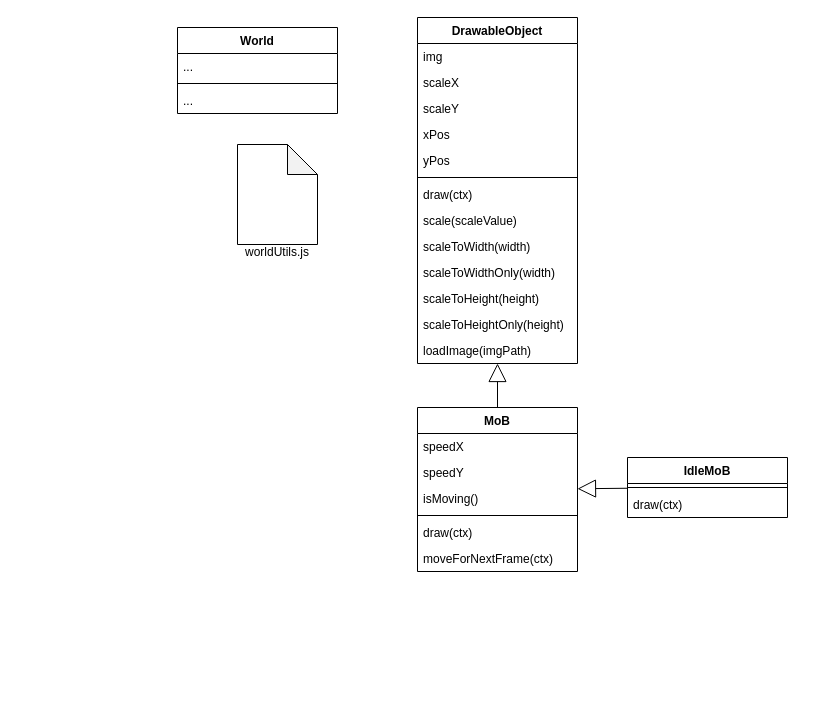
The draw.io diagram uml/Sharky-ClassDiagram.drawio in ReinhardWansch/Sharky-DeveloperAkademie, before the edit. Source tidied: cells renumbered, new cells numbered last; positions are measured from the earlier drawing's top-left corner, leaving out a move shared by most shapes. Both pictures are drawn from the tidied source at 100%, with x=0, y=0 at pixel (177, 17).
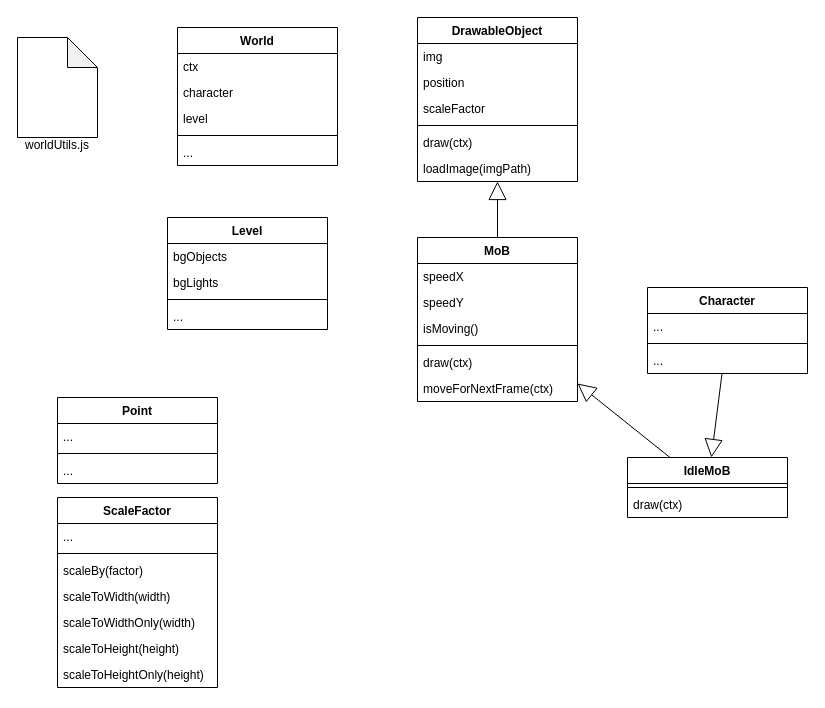
After the change.

Commit message (it also covers changes not shown here):
add classes Point and Scalefactor

Unchanged cells that the change refers to:
```xml
<mxCell id="24" value="IdleMoB" style="swimlane;fontStyle=1;align=center;verticalAlign=top;horizontal=1;startSize=26;whiteSpace=wrap;html=1;" parent="1" vertex="1">
  <mxGeometry x="450" y="440" width="160" height="60" as="geometry" />
</mxCell>
```

Change to the diagram source:
```diff
@@
     <mxCell id="2" value="MoB" style="swimlane;fontStyle=1;align=center;verticalAlign=top;horizontal=1;startSize=26;whiteSpace=wrap;html=1;" parent="1" vertex="1">
-      <mxGeometry x="240" y="390" width="160" height="164" as="geometry" />
+      <mxGeometry x="240" y="220" width="160" height="164" as="geometry" />
     </mxCell>
@@
     <mxCell id="9" value="DrawableObject" style="swimlane;fontStyle=1;align=center;verticalAlign=top;horizontal=1;startSize=26;whiteSpace=wrap;html=1;" parent="1" vertex="1">
-      <mxGeometry x="240" width="160" height="346" as="geometry" />
+      <mxGeometry x="240" width="160" height="164" as="geometry" />
     </mxCell>
@@
-    <mxCell id="11" value="scaleX" style="text;strokeColor=none;fillColor=none;align=left;verticalAlign=top;spacingLeft=4;spacingRight=4;overflow=hidden;whiteSpace=wrap;html=1;" parent="9" vertex="1">
-      <mxGeometry y="52" width="160" height="26" as="geometry" />
-    </mxCell>
-    <mxCell id="12" value="scaleY" style="text;strokeColor=none;fillColor=none;align=left;verticalAlign=top;spacingLeft=4;spacingRight=4;overflow=hidden;whiteSpace=wrap;html=1;" parent="9" vertex="1">
-      <mxGeometry y="78" width="160" height="26" as="geometry" />
-    </mxCell>
-    <mxCell id="13" value="xPos" style="text;strokeColor=none;fillColor=none;align=left;verticalAlign=top;spacingLeft=4;spacingRight=4;overflow=hidden;whiteSpace=wrap;html=1;" parent="9" vertex="1">
-      <mxGeometry y="104" width="160" height="26" as="geometry" />
-    </mxCell>
-    <mxCell id="14" value="yPos" style="text;strokeColor=none;fillColor=none;align=left;verticalAlign=top;spacingLeft=4;spacingRight=4;overflow=hidden;whiteSpace=wrap;html=1;" parent="9" vertex="1">
-      <mxGeometry y="130" width="160" height="26" as="geometry" />
+    <mxCell id="14" value="position" style="text;strokeColor=none;fillColor=none;align=left;verticalAlign=top;spacingLeft=4;spacingRight=4;overflow=hidden;whiteSpace=wrap;html=1;" parent="9" vertex="1">
+      <mxGeometry y="52" width="160" height="26" as="geometry" />
     </mxCell>
+    <mxCell id="35" value="scaleFactor" style="text;strokeColor=none;fillColor=none;align=left;verticalAlign=top;spacingLeft=4;spacingRight=4;overflow=hidden;whiteSpace=wrap;html=1;" parent="9" vertex="1">
+      <mxGeometry y="78" width="160" height="26" as="geometry" />
+    </mxCell>
     <mxCell id="15" style="line;strokeWidth=1;fillColor=none;align=left;verticalAlign=middle;spacingTop=-1;spacingLeft=3;spacingRight=3;labelPosition=right;strokeColor=inherit;" parent="9" vertex="1">
-      <mxGeometry y="156" width="160" height="8" as="geometry" />
+      <mxGeometry y="104" width="160" height="8" as="geometry" />
     </mxCell>
     <mxCell id="16" value="draw(ctx)" style="text;strokeColor=none;fillColor=none;align=left;verticalAlign=top;spacingLeft=4;spacingRight=4;overflow=hidden;whiteSpace=wrap;html=1;" parent="9" vertex="1">
-      <mxGeometry y="164" width="160" height="26" as="geometry" />
+      <mxGeometry y="112" width="160" height="26" as="geometry" />
     </mxCell>
-    <mxCell id="17" value="scale(scaleValue)" style="text;strokeColor=none;fillColor=none;align=left;verticalAlign=top;spacingLeft=4;spacingRight=4;overflow=hidden;whiteSpace=wrap;html=1;" parent="9" vertex="1">
-      <mxGeometry y="190" width="160" height="26" as="geometry" />
-    </mxCell>
-    <mxCell id="18" value="scaleToWidth(width)" style="text;strokeColor=none;fillColor=none;align=left;verticalAlign=top;spacingLeft=4;spacingRight=4;overflow=hidden;whiteSpace=wrap;html=1;" parent="9" vertex="1">
-      <mxGeometry y="216" width="160" height="26" as="geometry" />
-    </mxCell>
-    <mxCell id="19" value="scaleToWidthOnly(width)" style="text;strokeColor=none;fillColor=none;align=left;verticalAlign=top;spacingLeft=4;spacingRight=4;overflow=hidden;whiteSpace=wrap;html=1;" parent="9" vertex="1">
-      <mxGeometry y="242" width="160" height="26" as="geometry" />
-    </mxCell>
-    <mxCell id="20" value="scaleToHeight(height)" style="text;strokeColor=none;fillColor=none;align=left;verticalAlign=top;spacingLeft=4;spacingRight=4;overflow=hidden;whiteSpace=wrap;html=1;" parent="9" vertex="1">
-      <mxGeometry y="268" width="160" height="26" as="geometry" />
-    </mxCell>
-    <mxCell id="21" value="scaleToHeightOnly(height)" style="text;strokeColor=none;fillColor=none;align=left;verticalAlign=top;spacingLeft=4;spacingRight=4;overflow=hidden;whiteSpace=wrap;html=1;" parent="9" vertex="1">
-      <mxGeometry y="294" width="160" height="26" as="geometry" />
-    </mxCell>
     <mxCell id="22" value="loadImage(imgPath)" style="text;strokeColor=none;fillColor=none;align=left;verticalAlign=top;spacingLeft=4;spacingRight=4;overflow=hidden;whiteSpace=wrap;html=1;" parent="9" vertex="1">
-      <mxGeometry y="320" width="160" height="26" as="geometry" />
+      <mxGeometry y="138" width="160" height="26" as="geometry" />
     </mxCell>
@@
     <mxCell id="28" value="World" style="swimlane;fontStyle=1;align=center;verticalAlign=top;horizontal=1;startSize=26;whiteSpace=wrap;html=1;" parent="1" vertex="1">
-      <mxGeometry y="10" width="160" height="86" as="geometry" />
+      <mxGeometry y="10" width="160" height="138" as="geometry" />
     </mxCell>
-    <mxCell id="29" value="..." style="text;strokeColor=none;fillColor=none;align=left;verticalAlign=top;spacingLeft=4;spacingRight=4;overflow=hidden;whiteSpace=wrap;html=1;" parent="28" vertex="1">
+    <mxCell id="29" value="ctx" style="text;strokeColor=none;fillColor=none;align=left;verticalAlign=top;spacingLeft=4;spacingRight=4;overflow=hidden;whiteSpace=wrap;html=1;" parent="28" vertex="1">
       <mxGeometry y="26" width="160" height="26" as="geometry" />
     </mxCell>
+    <mxCell id="36" value="character" style="text;strokeColor=none;fillColor=none;align=left;verticalAlign=top;spacingLeft=4;spacingRight=4;overflow=hidden;whiteSpace=wrap;html=1;" parent="28" vertex="1">
+      <mxGeometry y="52" width="160" height="26" as="geometry" />
+    </mxCell>
+    <mxCell id="37" value="level" style="text;strokeColor=none;fillColor=none;align=left;verticalAlign=top;spacingLeft=4;spacingRight=4;overflow=hidden;whiteSpace=wrap;html=1;" parent="28" vertex="1">
+      <mxGeometry y="78" width="160" height="26" as="geometry" />
+    </mxCell>
     <mxCell id="30" style="line;strokeWidth=1;fillColor=none;align=left;verticalAlign=middle;spacingTop=-1;spacingLeft=3;spacingRight=3;labelPosition=right;strokeColor=inherit;" parent="28" vertex="1">
-      <mxGeometry y="52" width="160" height="8" as="geometry" />
+      <mxGeometry y="104" width="160" height="8" as="geometry" />
     </mxCell>
     <mxCell id="31" value="..." style="text;strokeColor=none;fillColor=none;align=left;verticalAlign=top;spacingLeft=4;spacingRight=4;overflow=hidden;whiteSpace=wrap;html=1;" parent="28" vertex="1">
-      <mxGeometry y="60" width="160" height="26" as="geometry" />
+      <mxGeometry y="112" width="160" height="26" as="geometry" />
     </mxCell>
     <mxCell id="32" style="group;" parent="1" vertex="1">
-      <mxGeometry x="60" y="127" width="80" height="123" as="geometry" />
+      <mxGeometry x="-160" y="20" width="80" height="123" as="geometry" />
     </mxCell>
@@
+    <mxCell id="38" value="Level" style="swimlane;fontStyle=1;align=center;verticalAlign=top;horizontal=1;startSize=26;whiteSpace=wrap;html=1;" parent="1" vertex="1">
+      <mxGeometry x="-10" y="200" width="160" height="112" as="geometry" />
+    </mxCell>
+    <mxCell id="39" value="bgObjects" style="text;strokeColor=none;fillColor=none;align=left;verticalAlign=top;spacingLeft=4;spacingRight=4;overflow=hidden;whiteSpace=wrap;html=1;" parent="38" vertex="1">
+      <mxGeometry y="26" width="160" height="26" as="geometry" />
+    </mxCell>
+    <mxCell id="40" value="bgLights" style="text;strokeColor=none;fillColor=none;align=left;verticalAlign=top;spacingLeft=4;spacingRight=4;overflow=hidden;whiteSpace=wrap;html=1;" parent="38" vertex="1">
+      <mxGeometry y="52" width="160" height="26" as="geometry" />
+    </mxCell>
+    <mxCell id="41" style="line;strokeWidth=1;fillColor=none;align=left;verticalAlign=middle;spacingTop=-1;spacingLeft=3;spacingRight=3;labelPosition=right;strokeColor=inherit;" parent="38" vertex="1">
+      <mxGeometry y="78" width="160" height="8" as="geometry" />
+    </mxCell>
+    <mxCell id="42" value="..." style="text;strokeColor=none;fillColor=none;align=left;verticalAlign=top;spacingLeft=4;spacingRight=4;overflow=hidden;whiteSpace=wrap;html=1;" parent="38" vertex="1">
+      <mxGeometry y="86" width="160" height="26" as="geometry" />
+    </mxCell>
+    <mxCell id="43" value="Character" style="swimlane;fontStyle=1;align=center;verticalAlign=top;horizontal=1;startSize=26;whiteSpace=wrap;html=1;" parent="1" vertex="1">
+      <mxGeometry x="470" y="270" width="160" height="86" as="geometry" />
+    </mxCell>
+    <mxCell id="44" value="..." style="text;strokeColor=none;fillColor=none;align=left;verticalAlign=top;spacingLeft=4;spacingRight=4;overflow=hidden;whiteSpace=wrap;html=1;" parent="43" vertex="1">
+      <mxGeometry y="26" width="160" height="26" as="geometry" />
+    </mxCell>
+    <mxCell id="45" style="line;strokeWidth=1;fillColor=none;align=left;verticalAlign=middle;spacingTop=-1;spacingLeft=3;spacingRight=3;labelPosition=right;strokeColor=inherit;" parent="43" vertex="1">
+      <mxGeometry y="52" width="160" height="8" as="geometry" />
+    </mxCell>
+    <mxCell id="46" value="..." style="text;strokeColor=none;fillColor=none;align=left;verticalAlign=top;spacingLeft=4;spacingRight=4;overflow=hidden;whiteSpace=wrap;html=1;" parent="43" vertex="1">
+      <mxGeometry y="60" width="160" height="26" as="geometry" />
+    </mxCell>
+    <mxCell id="47" style="endArrow=block;endSize=16;endFill=0;html=1;rounded=0;" parent="1" edge="1" source="43" target="24">
+      <mxGeometry x="-0.06" relative="1" as="geometry" />
+    </mxCell>
+    <mxCell id="48" value="Point" style="swimlane;fontStyle=1;align=center;verticalAlign=top;horizontal=1;startSize=26;whiteSpace=wrap;html=1;" parent="1" vertex="1">
+      <mxGeometry x="-120" y="380" width="160" height="86" as="geometry" />
+    </mxCell>
+    <mxCell id="49" value="..." style="text;strokeColor=none;fillColor=none;align=left;verticalAlign=top;spacingLeft=4;spacingRight=4;overflow=hidden;whiteSpace=wrap;html=1;" parent="48" vertex="1">
+      <mxGeometry y="26" width="160" height="26" as="geometry" />
+    </mxCell>
+    <mxCell id="50" style="line;strokeWidth=1;fillColor=none;align=left;verticalAlign=middle;spacingTop=-1;spacingLeft=3;spacingRight=3;labelPosition=right;strokeColor=inherit;" parent="48" vertex="1">
+      <mxGeometry y="52" width="160" height="8" as="geometry" />
+    </mxCell>
+    <mxCell id="51" value="..." style="text;strokeColor=none;fillColor=none;align=left;verticalAlign=top;spacingLeft=4;spacingRight=4;overflow=hidden;whiteSpace=wrap;html=1;" parent="48" vertex="1">
+      <mxGeometry y="60" width="160" height="26" as="geometry" />
+    </mxCell>
+    <mxCell id="52" value="ScaleFactor" style="swimlane;fontStyle=1;align=center;verticalAlign=top;horizontal=1;startSize=26;whiteSpace=wrap;html=1;" parent="1" vertex="1">
+      <mxGeometry x="-120" y="480" width="160" height="190" as="geometry" />
+    </mxCell>
+    <mxCell id="53" value="..." style="text;strokeColor=none;fillColor=none;align=left;verticalAlign=top;spacingLeft=4;spacingRight=4;overflow=hidden;whiteSpace=wrap;html=1;" parent="52" vertex="1">
+      <mxGeometry y="26" width="160" height="26" as="geometry" />
+    </mxCell>
+    <mxCell id="54" style="line;strokeWidth=1;fillColor=none;align=left;verticalAlign=middle;spacingTop=-1;spacingLeft=3;spacingRight=3;labelPosition=right;strokeColor=inherit;" parent="52" vertex="1">
+      <mxGeometry y="52" width="160" height="8" as="geometry" />
+    </mxCell>
+    <mxCell id="17" value="scaleBy(factor)" style="text;strokeColor=none;fillColor=none;align=left;verticalAlign=top;spacingLeft=4;spacingRight=4;overflow=hidden;whiteSpace=wrap;html=1;" parent="52" vertex="1">
+      <mxGeometry y="60" width="160" height="26" as="geometry" />
+    </mxCell>
+    <mxCell id="18" value="scaleToWidth(width)" style="text;strokeColor=none;fillColor=none;align=left;verticalAlign=top;spacingLeft=4;spacingRight=4;overflow=hidden;whiteSpace=wrap;html=1;" parent="52" vertex="1">
+      <mxGeometry y="86" width="160" height="26" as="geometry" />
+    </mxCell>
+    <mxCell id="19" value="scaleToWidthOnly(width)" style="text;strokeColor=none;fillColor=none;align=left;verticalAlign=top;spacingLeft=4;spacingRight=4;overflow=hidden;whiteSpace=wrap;html=1;" parent="52" vertex="1">
+      <mxGeometry y="112" width="160" height="26" as="geometry" />
+    </mxCell>
+    <mxCell id="20" value="scaleToHeight(height)" style="text;strokeColor=none;fillColor=none;align=left;verticalAlign=top;spacingLeft=4;spacingRight=4;overflow=hidden;whiteSpace=wrap;html=1;" parent="52" vertex="1">
+      <mxGeometry y="138" width="160" height="26" as="geometry" />
+    </mxCell>
+    <mxCell id="21" value="scaleToHeightOnly(height)" style="text;strokeColor=none;fillColor=none;align=left;verticalAlign=top;spacingLeft=4;spacingRight=4;overflow=hidden;whiteSpace=wrap;html=1;" parent="52" vertex="1">
+      <mxGeometry y="164" width="160" height="26" as="geometry" />
+    </mxCell>
```
